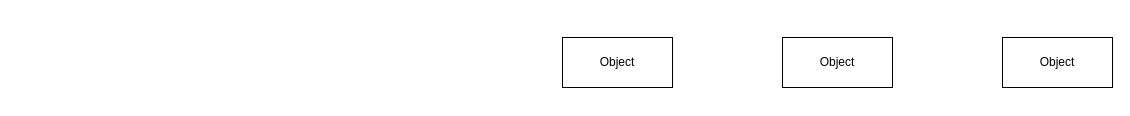
The draw.io diagram dangky.drawio in letham1612/test.ithub, before the edit. Source tidied: cells renumbered, new cells numbered last; positions are measured from the earlier drawing's top-left corner, leaving out a move shared by most shapes. Both pictures are drawn from the tidied source at 100%, with x=0, y=0 at pixel (562, 37).
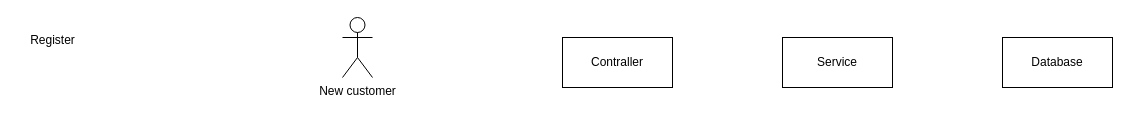
Above is the later version.

Commit message (it also covers changes not shown here):
Cập nhật dangky.drawio

The edit, as a diff of the source:
```diff
@@
 <mxGraphModel>
   <root>
     <mxCell id="0" />
     <mxCell id="1" parent="0" />
-    <mxCell id="2" value="Object" style="html=1;whiteSpace=wrap;" parent="1" vertex="1">
+    <mxCell id="2" value="Service" style="html=1;whiteSpace=wrap;" parent="1" vertex="1">
       <mxGeometry x="220" width="110" height="50" as="geometry" />
     </mxCell>
-    <mxCell id="3" value="Object" style="html=1;whiteSpace=wrap;" parent="1" vertex="1">
+    <mxCell id="3" value="Contraller" style="html=1;whiteSpace=wrap;" parent="1" vertex="1">
       <mxGeometry width="110" height="50" as="geometry" />
     </mxCell>
-    <mxCell id="4" value="Object" style="html=1;whiteSpace=wrap;" parent="1" vertex="1">
+    <mxCell id="4" value="Database" style="html=1;whiteSpace=wrap;" parent="1" vertex="1">
       <mxGeometry x="440" width="110" height="50" as="geometry" />
     </mxCell>
+    <mxCell id="5" value="New customer" style="shape=umlActor;verticalLabelPosition=bottom;verticalAlign=top;html=1;" parent="1" vertex="1">
+      <mxGeometry x="-220" y="-20" width="30" height="60" as="geometry" />
+    </mxCell>
+    <mxCell id="6" value="Register&lt;br&gt;" style="text;html=1;align=center;verticalAlign=middle;strokeColor=none;fillColor=none;" parent="1" vertex="1">
+      <mxGeometry x="-545" y="-12" width="70" height="30" as="geometry" />
+    </mxCell>
   </root>
 </mxGraphModel>
```
